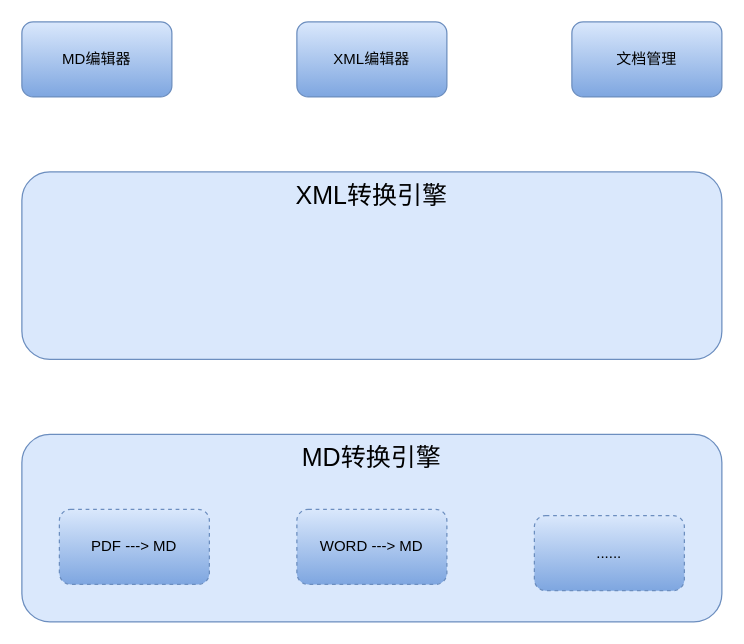
Before: 标准数字化项目.drawio in z-cloud-z/draw, a draw.io diagram. Source tidied: cells renumbered, new cells numbered last; positions are measured from the earlier drawing's top-left corner, leaving out a move shared by most shapes. Both pictures are drawn from the tidied source at 125%, with x=0, y=0 at pixel (21, 21).
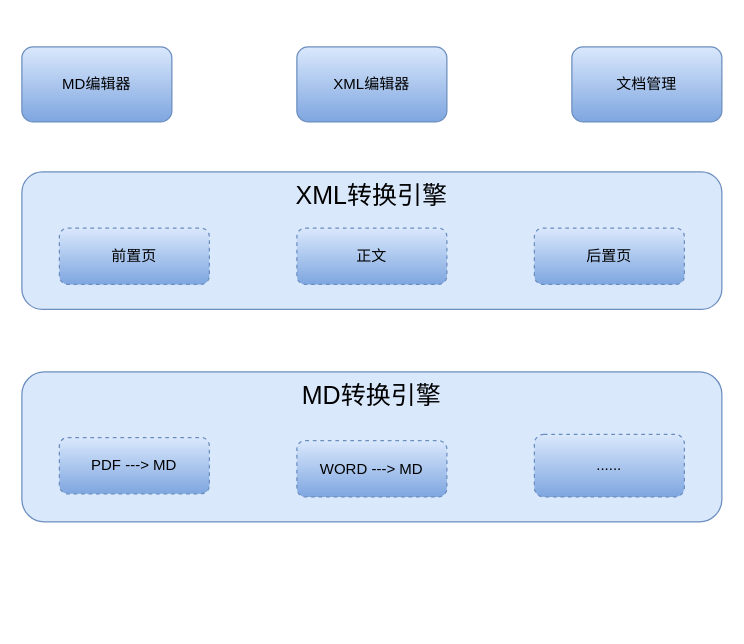
The same diagram, later.

Commit message (it also covers changes not shown here):
更新标准数字化项目.drawio

Diff of the diagram source:
```diff
@@
 <mxGraphModel>
   <root>
     <mxCell id="0" />
     <mxCell id="1" parent="0" />
     <mxCell id="2" value="MD编辑器" style="rounded=1;whiteSpace=wrap;html=1;fillColor=#dae8fc;gradientColor=#7ea6e0;strokeColor=#6c8ebf;" parent="1" vertex="1">
-      <mxGeometry width="120" height="60" as="geometry" />
+      <mxGeometry y="20" width="120" height="60" as="geometry" />
     </mxCell>
     <mxCell id="3" value="XML编辑器" style="rounded=1;whiteSpace=wrap;html=1;fillColor=#dae8fc;gradientColor=#7ea6e0;strokeColor=#6c8ebf;" parent="1" vertex="1">
-      <mxGeometry x="220" width="120" height="60" as="geometry" />
+      <mxGeometry x="220" y="20" width="120" height="60" as="geometry" />
     </mxCell>
     <mxCell id="4" value="MD转换引擎" style="rounded=1;whiteSpace=wrap;html=1;verticalAlign=top;fontSize=20;fillColor=#dae8fc;strokeColor=#6c8ebf;" parent="1" vertex="1">
-      <mxGeometry y="330" width="560" height="150" as="geometry" />
+      <mxGeometry y="280" width="560" height="120" as="geometry" />
     </mxCell>
     <mxCell id="5" value="PDF ---&amp;gt; MD" style="rounded=1;whiteSpace=wrap;html=1;fillColor=#dae8fc;strokeColor=#6c8ebf;gradientColor=#7ea6e0;dashed=1;" parent="1" vertex="1">
-      <mxGeometry x="30" y="390" width="120" height="60" as="geometry" />
+      <mxGeometry x="30" y="332.5" width="120" height="45" as="geometry" />
     </mxCell>
     <mxCell id="6" value="WORD ---&amp;gt; MD" style="rounded=1;whiteSpace=wrap;html=1;fillColor=#dae8fc;gradientColor=#7ea6e0;strokeColor=#6c8ebf;dashed=1;" parent="1" vertex="1">
-      <mxGeometry x="220" y="390" width="120" height="60" as="geometry" />
+      <mxGeometry x="220" y="335" width="120" height="45" as="geometry" />
     </mxCell>
-    <mxCell id="7" value="......" style="rounded=1;whiteSpace=wrap;html=1;fillColor=#dae8fc;gradientColor=#7ea6e0;strokeColor=#6c8ebf;dashed=1;" parent="1" vertex="1">
-      <mxGeometry x="410" y="395" width="120" height="60" as="geometry" />
+    <mxCell id="7" value="......" style="rounded=1;whiteSpace=wrap;html=1;fillColor=#dae8fc;gradientColor=#7ea6e0;strokeColor=#6c8ebf;dashed=1;flipV=0;" parent="1" vertex="1">
+      <mxGeometry x="410" y="330" width="120" height="50" as="geometry" />
     </mxCell>
     <mxCell id="8" value="文档管理" style="rounded=1;whiteSpace=wrap;html=1;fillColor=#dae8fc;gradientColor=#7ea6e0;strokeColor=#6c8ebf;" parent="1" vertex="1">
-      <mxGeometry x="440" width="120" height="60" as="geometry" />
+      <mxGeometry x="440" y="20" width="120" height="60" as="geometry" />
     </mxCell>
     <mxCell id="9" value="XML转换引擎" style="rounded=1;whiteSpace=wrap;html=1;verticalAlign=top;fontSize=20;fillColor=#dae8fc;strokeColor=#6c8ebf;" parent="1" vertex="1">
-      <mxGeometry y="120" width="560" height="150" as="geometry" />
+      <mxGeometry y="120" width="560" height="110" as="geometry" />
     </mxCell>
+    <mxCell id="10" value="前置页" style="rounded=1;whiteSpace=wrap;html=1;fillColor=#dae8fc;strokeColor=#6c8ebf;gradientColor=#7ea6e0;dashed=1;" parent="1" vertex="1">
+      <mxGeometry x="30" y="165" width="120" height="45" as="geometry" />
+    </mxCell>
+    <mxCell id="11" value="正文" style="rounded=1;whiteSpace=wrap;html=1;fillColor=#dae8fc;strokeColor=#6c8ebf;gradientColor=#7ea6e0;dashed=1;" parent="1" vertex="1">
+      <mxGeometry x="220" y="165" width="120" height="45" as="geometry" />
+    </mxCell>
+    <mxCell id="12" value="后置页" style="rounded=1;whiteSpace=wrap;html=1;fillColor=#dae8fc;strokeColor=#6c8ebf;gradientColor=#7ea6e0;dashed=1;" parent="1" vertex="1">
+      <mxGeometry x="410" y="165" width="120" height="45" as="geometry" />
+    </mxCell>
   </root>
 </mxGraphModel>
```
